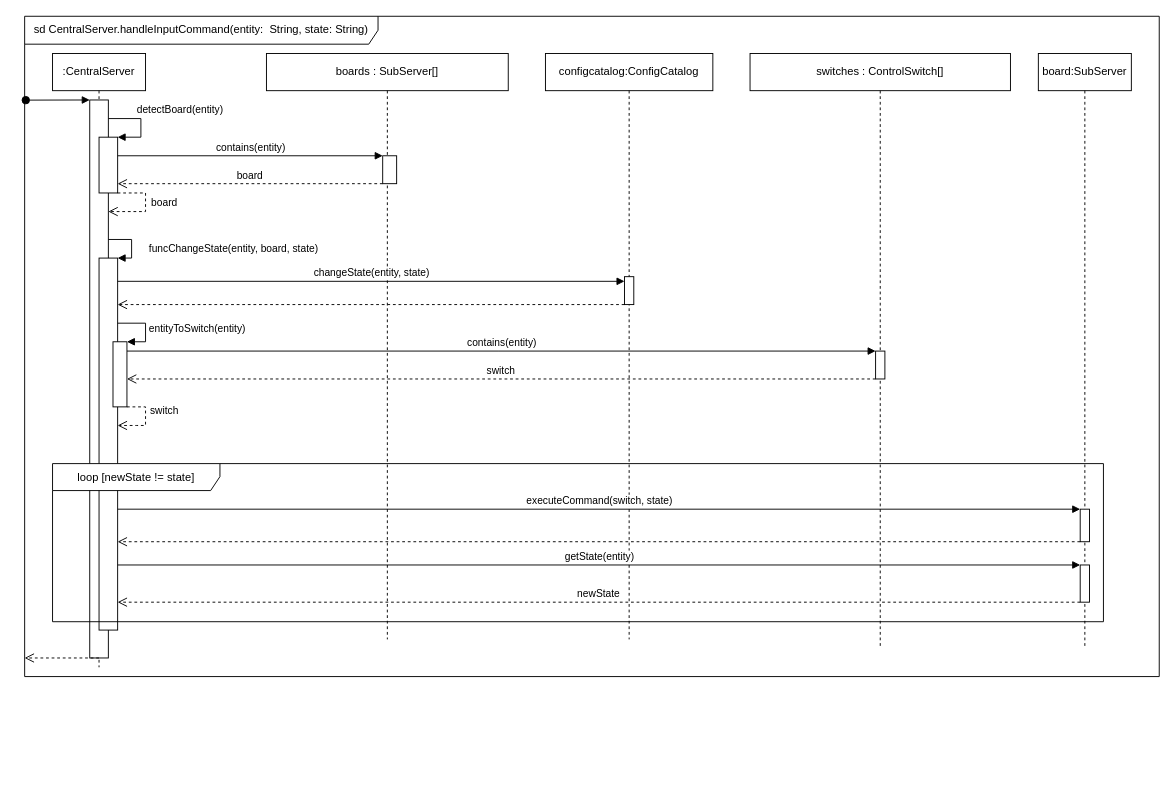
The draw.io diagram LAB2/diagramPosl.drawio in tireks/OOAP, before the edit. Source tidied: cells renumbered, new cells numbered last; positions are measured from the earlier drawing's top-left corner, leaving out a move shared by most shapes. Both pictures are drawn from the tidied source at 93%, with x=0, y=0 at pixel (24, 16).
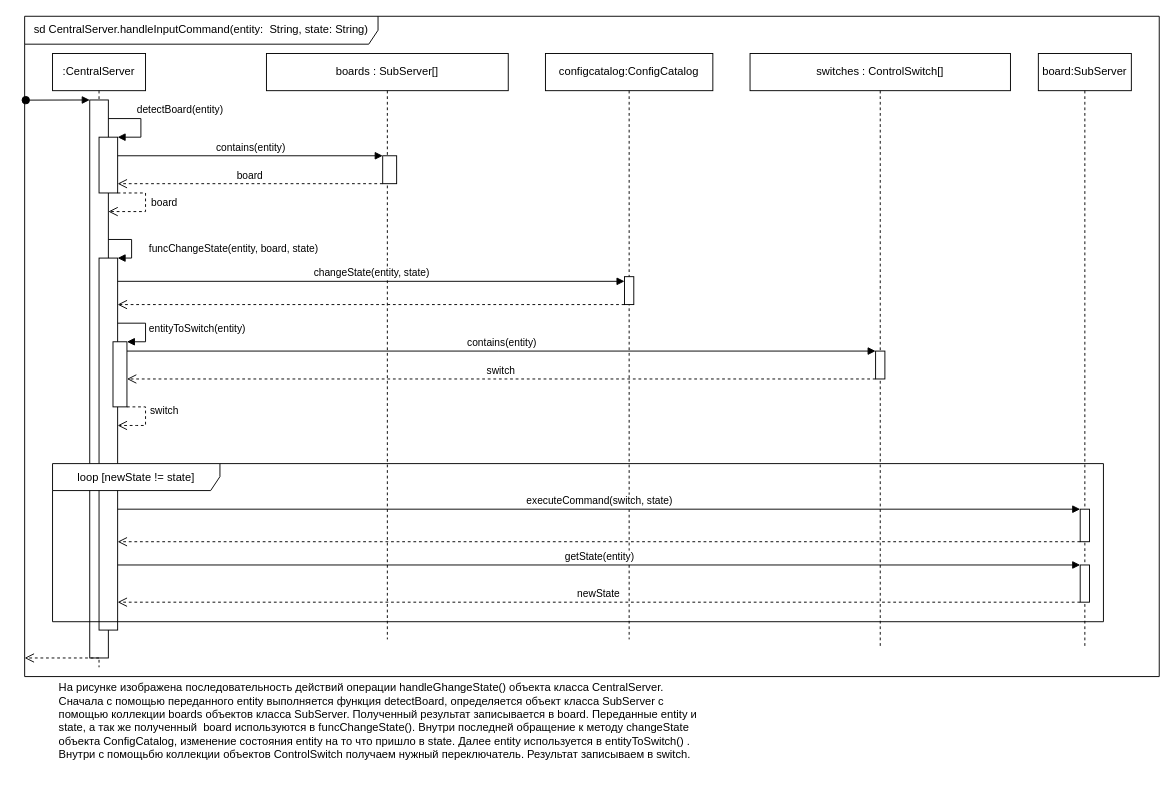
The same page after the edit.

Change to the diagram source:
```diff
@@
+    <mxCell id="35" value="На рисунке изображена последовательность действий операции handleGhangeState() объекта класса CentralServer. Сначала с помощью переданного entity выполняется функция detectBoard, определяется объект класса SubServer с помощью коллекции boards объектов класса SubServer. Полученный результат записывается в board. Переданные entity и state, а так же полученный&amp;nbsp; board используются в funcChangeState(). Внутри последней обращение к методу changeState объекта ConfigCatalog, изменение состояния entity на то что пришло в state. Далее entity используется в entityToSwitch() . Внутри с помощьбю коллекции объектов ControlSwitch получаем нужный переключатель. Результат записываем в switch.&lt;br&gt;&amp;nbsp;&amp;nbsp;" style="text;html=1;strokeColor=none;fillColor=none;align=left;verticalAlign=middle;whiteSpace=wrap;rounded=0;" parent="1" vertex="1">
+      <mxGeometry x="35" y="750" width="695" height="30" as="geometry" />
+    </mxCell>
```
